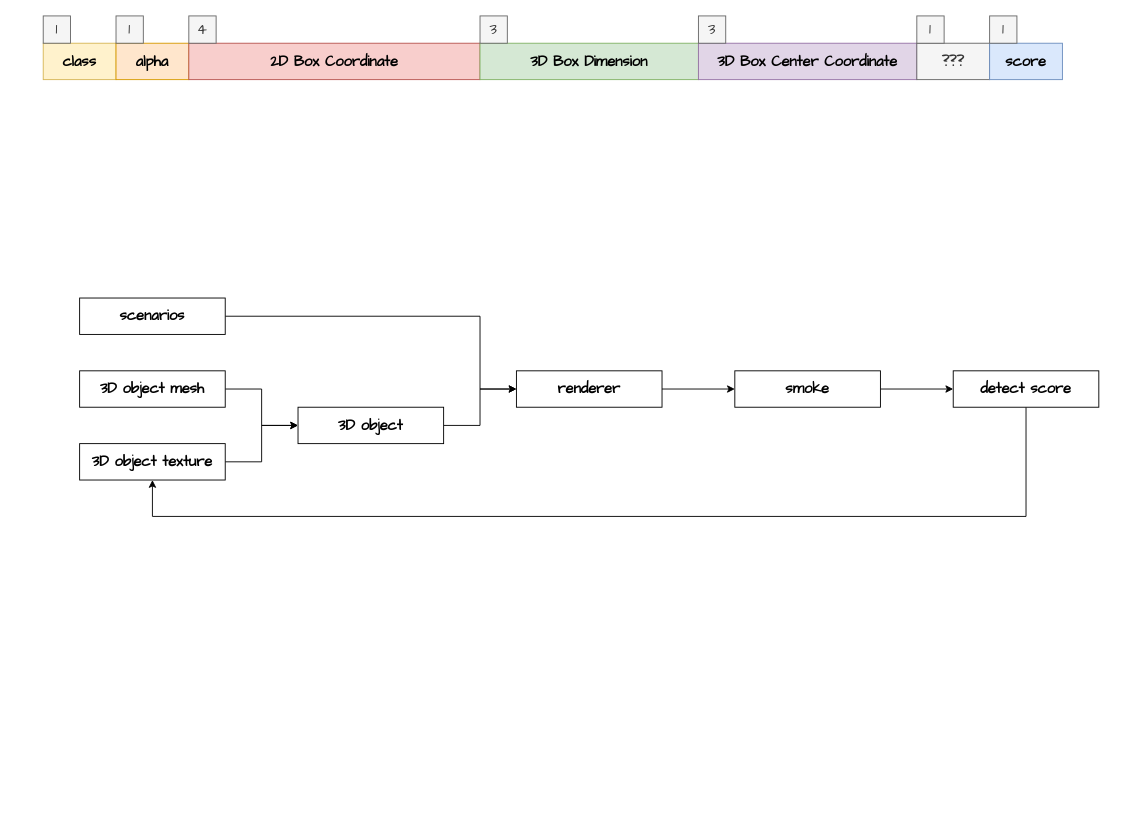
Above: Untitled Diagram.drawio in umiskky/Diagrams (draw.io), before the change. Source tidied: cells renumbered, new cells numbered last; positions are measured from the earlier drawing's top-left corner, leaving out a move shared by most shapes. Both pictures are drawn from the tidied source at 91%, with x=0, y=0 at pixel (43, 15).
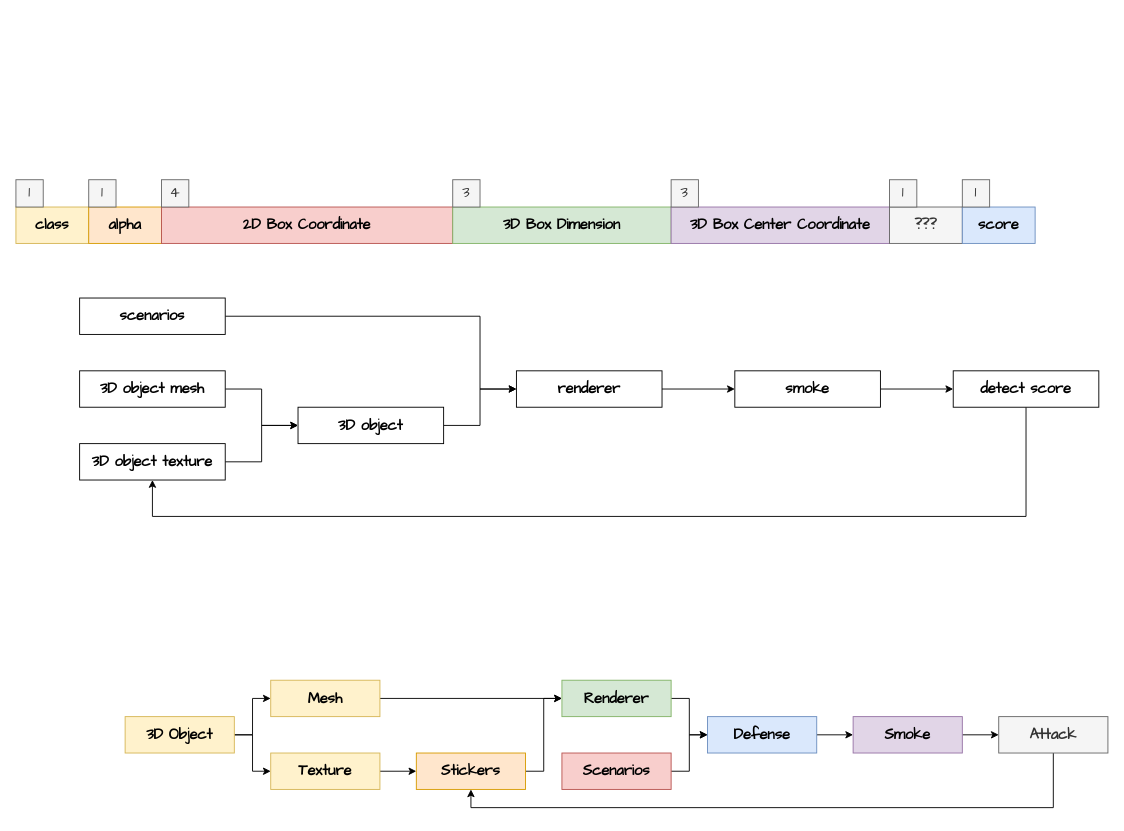
The same diagram, later.

The edit, as a diff of the source:
```diff
@@
     <mxCell id="2" style="group;" parent="1" vertex="1">
-      <mxGeometry width="1120" height="70" as="geometry" />
+      <mxGeometry x="-30" y="180" width="1120" height="70" as="geometry" />
     </mxCell>
@@
+    <mxCell id="31" style="edgeStyle=orthogonalEdgeStyle;rounded=0;jettySize=auto;html=1;exitX=1;exitY=0.5;exitDx=0;exitDy=0;entryX=0;entryY=0.5;entryDx=0;entryDy=0;" parent="1" edge="1" source="32" target="45">
+      <mxGeometry relative="1" as="geometry" />
+    </mxCell>
+    <mxCell id="32" value="Scenarios" style="rounded=0;whiteSpace=wrap;html=1;fontFamily=Comic Sans MS;fontSize=16;fontStyle=1;fillColor=#f8cecc;strokeColor=#b85450;" parent="1" vertex="1">
+      <mxGeometry x="570" y="810" width="120" height="40" as="geometry" />
+    </mxCell>
+    <mxCell id="33" style="edgeStyle=orthogonalEdgeStyle;rounded=0;jettySize=auto;html=1;exitX=1;exitY=0.5;exitDx=0;exitDy=0;entryX=0;entryY=0.5;entryDx=0;entryDy=0;" parent="1" edge="1" source="35" target="37">
+      <mxGeometry relative="1" as="geometry" />
+    </mxCell>
+    <mxCell id="34" style="edgeStyle=orthogonalEdgeStyle;rounded=0;jettySize=auto;html=1;exitX=1;exitY=0.5;exitDx=0;exitDy=0;entryX=0;entryY=0.5;entryDx=0;entryDy=0;" parent="1" edge="1" source="35" target="39">
+      <mxGeometry relative="1" as="geometry" />
+    </mxCell>
+    <mxCell id="35" value="3D Object" style="rounded=0;whiteSpace=wrap;html=1;fontFamily=Comic Sans MS;fontSize=16;fontStyle=1;fillColor=#fff2cc;strokeColor=#d6b656;" parent="1" vertex="1">
+      <mxGeometry x="90" y="770" width="120" height="40" as="geometry" />
+    </mxCell>
+    <mxCell id="36" style="edgeStyle=orthogonalEdgeStyle;rounded=0;jettySize=auto;html=1;exitX=1;exitY=0.5;exitDx=0;exitDy=0;entryX=0;entryY=0.5;entryDx=0;entryDy=0;" parent="1" edge="1" source="37" target="43">
+      <mxGeometry relative="1" as="geometry" />
+    </mxCell>
+    <mxCell id="37" value="Mesh" style="rounded=0;whiteSpace=wrap;html=1;fontFamily=Comic Sans MS;fontSize=16;fontStyle=1;fillColor=#fff2cc;strokeColor=#d6b656;" parent="1" vertex="1">
+      <mxGeometry x="250" y="730" width="120" height="40" as="geometry" />
+    </mxCell>
+    <mxCell id="38" style="edgeStyle=orthogonalEdgeStyle;rounded=0;jettySize=auto;html=1;exitX=1;exitY=0.5;exitDx=0;exitDy=0;entryX=0;entryY=0.5;entryDx=0;entryDy=0;" parent="1" edge="1" source="39" target="41">
+      <mxGeometry relative="1" as="geometry" />
+    </mxCell>
+    <mxCell id="39" value="Texture" style="rounded=0;whiteSpace=wrap;html=1;fontFamily=Comic Sans MS;fontSize=16;fontStyle=1;fillColor=#fff2cc;strokeColor=#d6b656;" parent="1" vertex="1">
+      <mxGeometry x="250" y="810" width="120" height="40" as="geometry" />
+    </mxCell>
+    <mxCell id="40" style="edgeStyle=orthogonalEdgeStyle;rounded=0;jettySize=auto;html=1;exitX=1;exitY=0.5;exitDx=0;exitDy=0;entryX=0;entryY=0.5;entryDx=0;entryDy=0;" parent="1" edge="1" source="41" target="43">
+      <mxGeometry relative="1" as="geometry" />
+    </mxCell>
+    <mxCell id="41" value="Stickers" style="rounded=0;whiteSpace=wrap;html=1;fontFamily=Comic Sans MS;fontSize=16;fontStyle=1;fillColor=#ffe6cc;strokeColor=#d79b00;" parent="1" vertex="1">
+      <mxGeometry x="410" y="810" width="120" height="40" as="geometry" />
+    </mxCell>
+    <mxCell id="42" style="edgeStyle=orthogonalEdgeStyle;rounded=0;jettySize=auto;html=1;exitX=1;exitY=0.5;exitDx=0;exitDy=0;entryX=0;entryY=0.5;entryDx=0;entryDy=0;" parent="1" edge="1" source="43" target="45">
+      <mxGeometry relative="1" as="geometry" />
+    </mxCell>
+    <mxCell id="43" value="Renderer" style="rounded=0;whiteSpace=wrap;html=1;fontFamily=Comic Sans MS;fontSize=16;fontStyle=1;fillColor=#d5e8d4;strokeColor=#82b366;" parent="1" vertex="1">
+      <mxGeometry x="570" y="730" width="120" height="40" as="geometry" />
+    </mxCell>
+    <mxCell id="44" style="edgeStyle=orthogonalEdgeStyle;rounded=0;jettySize=auto;html=1;exitX=1;exitY=0.5;exitDx=0;exitDy=0;entryX=0;entryY=0.5;entryDx=0;entryDy=0;" parent="1" edge="1" source="45" target="47">
+      <mxGeometry relative="1" as="geometry" />
+    </mxCell>
+    <mxCell id="45" value="Defense" style="rounded=0;whiteSpace=wrap;html=1;fontFamily=Comic Sans MS;fontSize=16;fontStyle=1;fillColor=#dae8fc;strokeColor=#6c8ebf;" parent="1" vertex="1">
+      <mxGeometry x="730" y="770" width="120" height="40" as="geometry" />
+    </mxCell>
+    <mxCell id="46" style="edgeStyle=orthogonalEdgeStyle;rounded=0;jettySize=auto;html=1;exitX=1;exitY=0.5;exitDx=0;exitDy=0;entryX=0;entryY=0.5;entryDx=0;entryDy=0;" parent="1" edge="1" source="47" target="49">
+      <mxGeometry relative="1" as="geometry" />
+    </mxCell>
+    <mxCell id="47" value="Smoke" style="rounded=0;whiteSpace=wrap;html=1;fontFamily=Comic Sans MS;fontSize=16;fontStyle=1;fillColor=#e1d5e7;strokeColor=#9673a6;" parent="1" vertex="1">
+      <mxGeometry x="890" y="770" width="120" height="40" as="geometry" />
+    </mxCell>
+    <mxCell id="48" style="edgeStyle=orthogonalEdgeStyle;rounded=0;jettySize=auto;html=1;exitX=0.5;exitY=1;exitDx=0;exitDy=0;entryX=0.5;entryY=1;entryDx=0;entryDy=0;" parent="1" edge="1" source="49" target="41">
+      <mxGeometry relative="1" as="geometry" />
+    </mxCell>
+    <mxCell id="49" value="Attack" style="rounded=0;whiteSpace=wrap;html=1;fontFamily=Comic Sans MS;fontSize=16;fontStyle=1;fillColor=#f5f5f5;fontColor=#333333;strokeColor=#666666;" parent="1" vertex="1">
+      <mxGeometry x="1050" y="770" width="120" height="40" as="geometry" />
+    </mxCell>
```
